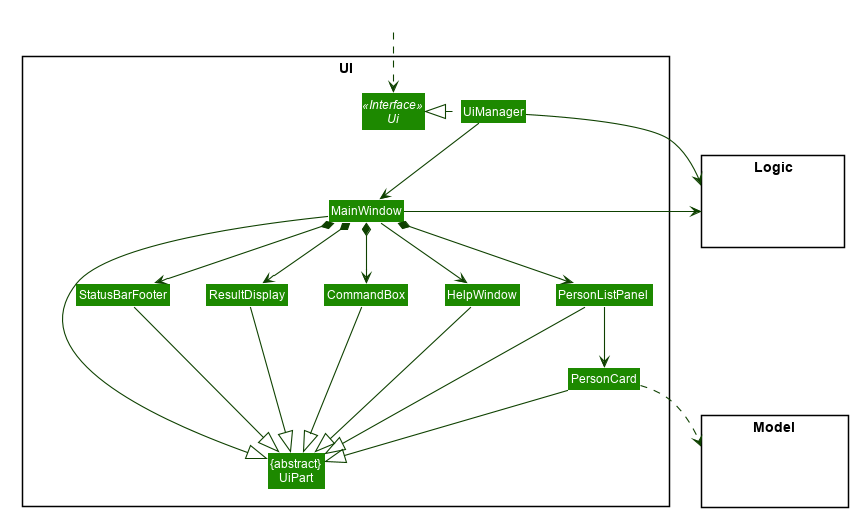
The PlantUML diagram docs/images/UiClassDiagram.png in nus-cs2103-AY1920S2/addressbook-level3, before a commit.
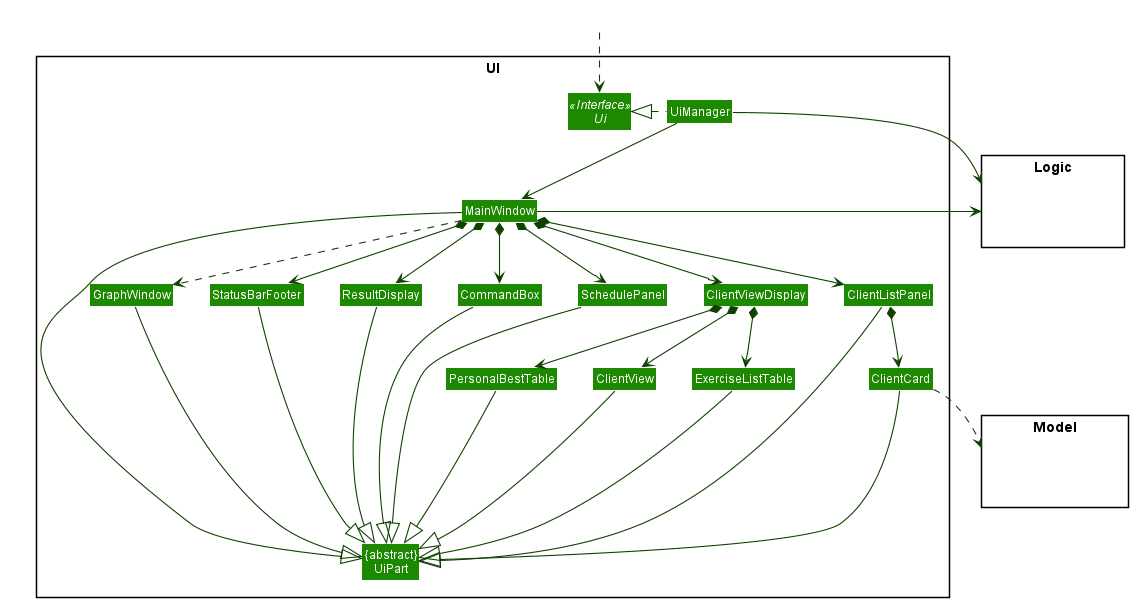
Later version of the same file.

The edit, as a diff of the source:
```diff
@@ -56,12 +56,17 @@
 Class "{abstract}\nUiPart" as UiPart
 Class UiManager
 Class MainWindow
-Class HelpWindow
 Class ResultDisplay
-Class PersonListPanel
-Class PersonCard
+class ClientViewDisplay
+class ClientView
+class ExerciseListTable
+class PersonalBestTable
+Class ClientListPanel
+Class ClientCard
+Class SchedulePanel
 Class StatusBarFooter
 Class CommandBox
+class GraphWindow
 }
 
 package Model <<Rectangle>> {
@@ -77,31 +82,41 @@
 
 UiManager .left.|> Ui
 UiManager -down-> MainWindow
-MainWindow --> HelpWindow
 MainWindow *-down-> CommandBox
 MainWindow *-down-> ResultDisplay
-MainWindow *-down-> PersonListPanel
+MainWindow *-down-> ClientViewDisplay
 MainWindow *-down-> StatusBarFooter
+MainWindow *-down-> ClientListPanel
+MainWindow *-down-> SchedulePanel
+MainWindow .down.> GraphWindow
 
-PersonListPanel -down-> PersonCard
+ClientListPanel *-down-> ClientCard
+
+ClientViewDisplay *-down-> ClientView
+ClientViewDisplay *-down->  ExerciseListTable
+ClientViewDisplay  *-down->  PersonalBestTable
 
 MainWindow -left-|> UiPart
 
 ResultDisplay --|> UiPart
 CommandBox --|> UiPart
-PersonListPanel --|> UiPart
-PersonCard --|> UiPart
+ClientListPanel --|> UiPart
+ClientCard ---|> UiPart
 StatusBarFooter --|> UiPart
-HelpWindow -down-|> UiPart
+ClientView ---|> UiPart
+ExerciseListTable ---|> UiPart
+PersonalBestTable ---|> UiPart
+SchedulePanel ---|> UiPart
+GraphWindow ---|> UiPart
 
-PersonCard ..> Model
+ClientCard ..> Model
 UiManager -right-> Logic
 MainWindow -left-> Logic
 
-PersonListPanel -[hidden]left- HelpWindow
-HelpWindow -[hidden]left- CommandBox
 CommandBox -[hidden]left- ResultDisplay
+CommandBox -[hidden]right- SchedulePanel
 ResultDisplay -[hidden]left- StatusBarFooter
+GraphWindow -[hidden]right- StatusBarFooter
 
 MainWindow -[hidden]-|> UiPart
 @enduml
```
